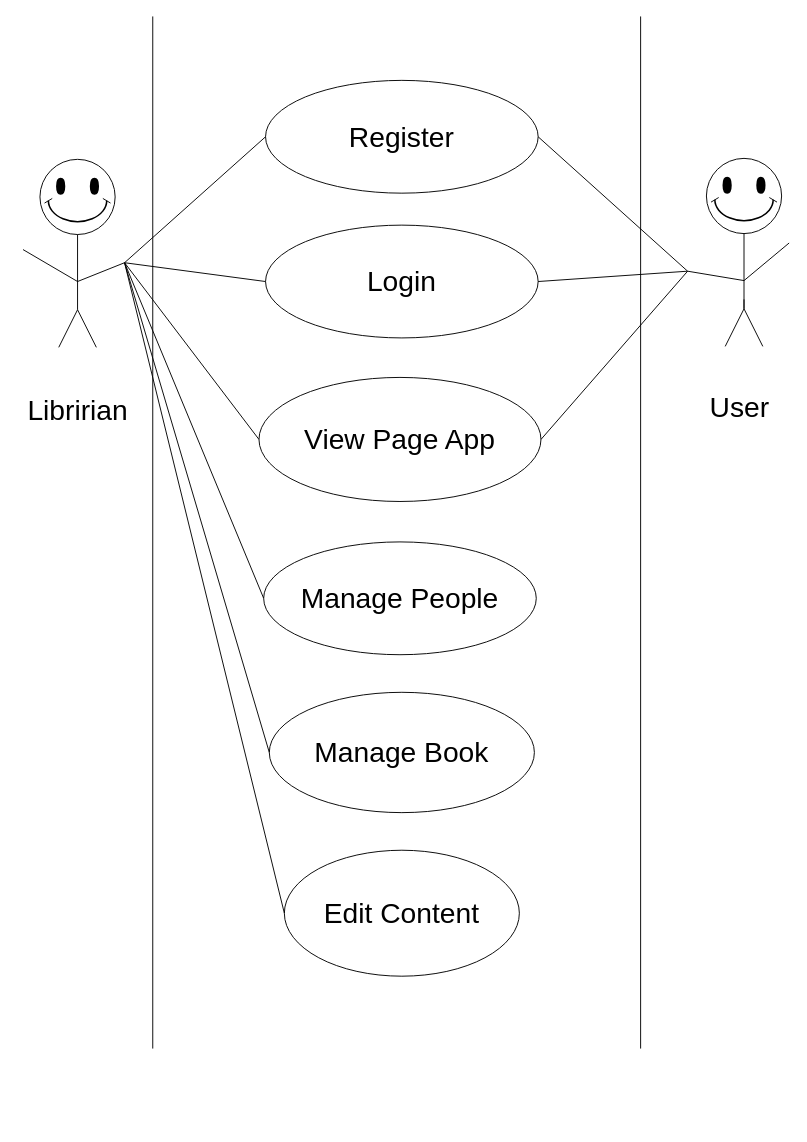
Above: page "useCase_library" (1 of 4) of config-learn.drawio in Anggieta2/konfigure_BE-learn (draw.io), before the change. Source tidied: cells renumbered, new cells numbered last; positions are measured from the earlier drawing's top-left corner, leaving out a move shared by most shapes. Both pictures are drawn from the tidied source at 94%, with x=0, y=0 at pixel (16, 16).
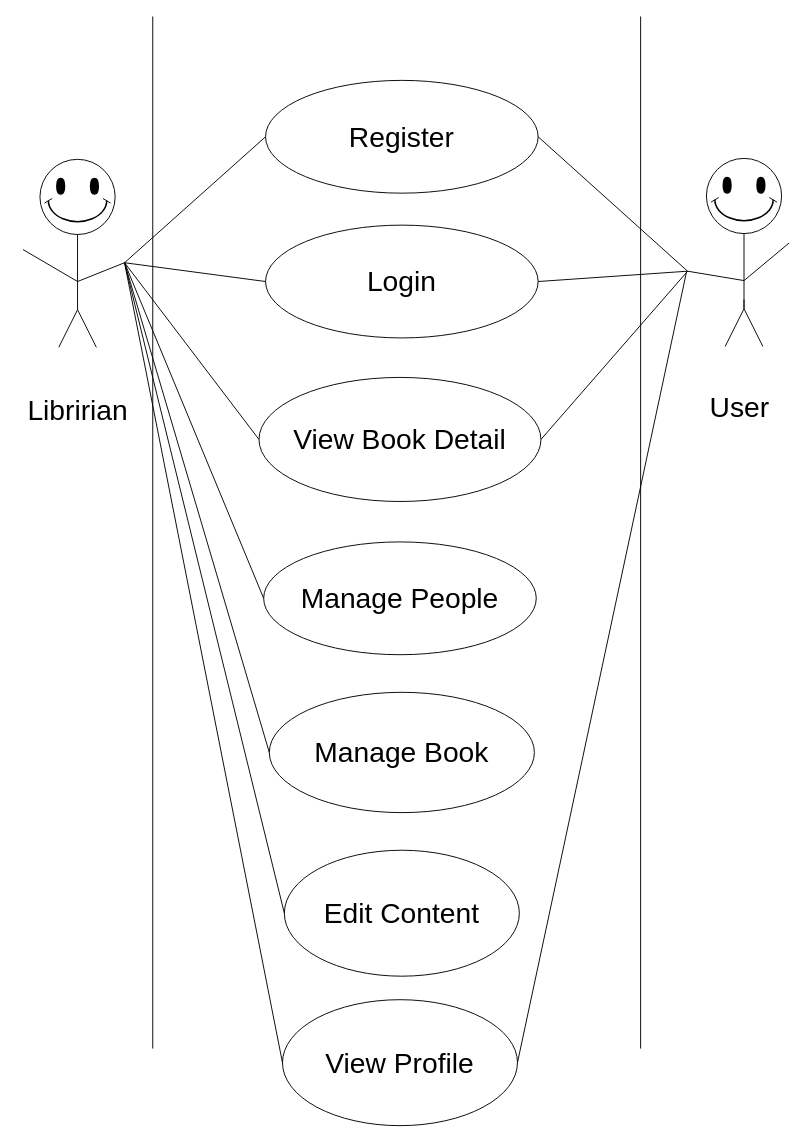
The same diagram, later.

What changed in the source:
```diff
@@
-    <mxCell id="24" value="View Page App" style="ellipse;whiteSpace=wrap;html=1;fontSize=30;" parent="1" vertex="1">
+    <mxCell id="24" value="View Book Detail" style="ellipse;whiteSpace=wrap;html=1;fontSize=30;" parent="1" vertex="1">
       <mxGeometry x="258" y="384" width="300" height="132" as="geometry" />
     </mxCell>
@@
+    <mxCell id="35" value="View Profile" style="ellipse;whiteSpace=wrap;html=1;fontSize=30;" parent="1" vertex="1">
+      <mxGeometry x="283" y="1046" width="250" height="134" as="geometry" />
+    </mxCell>
@@
+    <mxCell id="36" style="endArrow=none;html=1;rounded=0;entryX=0;entryY=0.5;entryDx=0;entryDy=0;" parent="1" edge="1" target="35">
+      <mxGeometry relative="1" as="geometry">
+        <mxPoint x="115" y="262" as="sourcePoint" />
+      </mxGeometry>
+    </mxCell>
@@
+    <mxCell id="37" style="endArrow=none;html=1;rounded=0;exitX=1;exitY=0.5;exitDx=0;exitDy=0;" parent="1" edge="1" source="35">
+      <mxGeometry relative="1" as="geometry">
+        <mxPoint x="713" y="271" as="targetPoint" />
+      </mxGeometry>
+    </mxCell>
```
